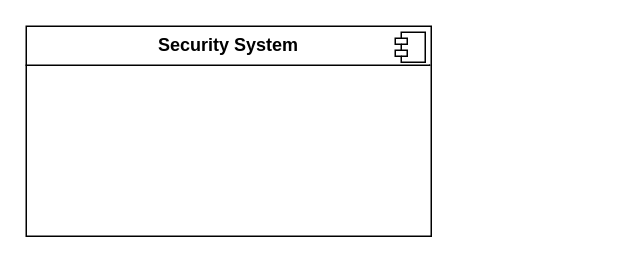
Earlier version of the draw.io diagram page "Page-2" (2 of 2) of workshop10_week11.drawio (antonykimuom/SWEN30006-2025-SM1-workshop1-tuew05-14-00-team-12). Source tidied: cells renumbered, new cells numbered last; positions are measured from the earlier drawing's top-left corner, leaving out a move shared by most shapes. Both pictures are drawn from the tidied source at 150%, with x=0, y=0 at pixel (26, 26).
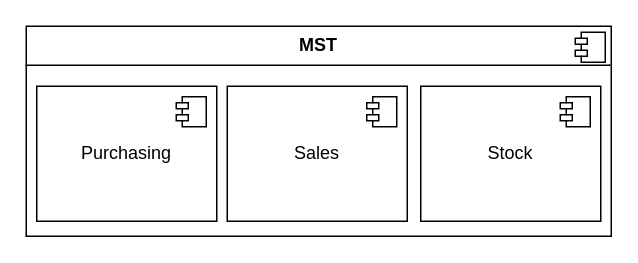
Above is the later version.

Commit message:
changed package. Added some elements into said package

Diff of the diagram source:
```diff
@@
 <mxGraphModel>
   <root>
     <mxCell id="0" />
     <mxCell id="1" parent="0" />
-    <mxCell id="2" value="&lt;p style=&quot;margin:0px;margin-top:6px;text-align:center;&quot;&gt;&lt;b&gt;Security System&lt;/b&gt;&lt;/p&gt;&lt;hr size=&quot;1&quot; style=&quot;border-style:solid;&quot;&gt;&lt;p style=&quot;margin:0px;margin-left:8px;&quot;&gt;&lt;br&gt;&lt;/p&gt;" style="align=left;overflow=fill;html=1;whiteSpace=wrap;" parent="1" vertex="1">
-      <mxGeometry width="270" height="140" as="geometry" />
+    <mxCell id="2" value="&lt;p style=&quot;margin:0px;margin-top:6px;text-align:center;&quot;&gt;&lt;b&gt;MST&lt;/b&gt;&lt;/p&gt;&lt;hr size=&quot;1&quot; style=&quot;border-style:solid;&quot;&gt;&lt;p style=&quot;margin:0px;margin-left:8px;&quot;&gt;&lt;br&gt;&lt;/p&gt;" style="align=left;overflow=fill;html=1;whiteSpace=wrap;" parent="1" vertex="1">
+      <mxGeometry width="390" height="140" as="geometry" />
     </mxCell>
     <mxCell id="3" style="shape=component;jettyWidth=8;jettyHeight=4;" parent="2" vertex="1">
       <mxGeometry x="1" width="20" height="20" relative="1" as="geometry">
         <mxPoint x="-24" y="4" as="offset" />
       </mxGeometry>
     </mxCell>
+    <mxCell id="4" value="Purchasing" style="html=1;whiteSpace=wrap;" parent="1" vertex="1">
+      <mxGeometry x="7" y="40" width="120" height="90" as="geometry" />
+    </mxCell>
+    <mxCell id="5" style="shape=module;jettyWidth=8;jettyHeight=4;" parent="4" vertex="1">
+      <mxGeometry x="1" width="20" height="20" relative="1" as="geometry">
+        <mxPoint x="-27" y="7" as="offset" />
+      </mxGeometry>
+    </mxCell>
+    <mxCell id="6" value="Sales" style="html=1;whiteSpace=wrap;" parent="1" vertex="1">
+      <mxGeometry x="134" y="40" width="120" height="90" as="geometry" />
+    </mxCell>
+    <mxCell id="7" style="shape=module;jettyWidth=8;jettyHeight=4;" parent="6" vertex="1">
+      <mxGeometry x="1" width="20" height="20" relative="1" as="geometry">
+        <mxPoint x="-27" y="7" as="offset" />
+      </mxGeometry>
+    </mxCell>
+    <mxCell id="8" value="Stock" style="html=1;whiteSpace=wrap;" parent="1" vertex="1">
+      <mxGeometry x="263" y="40" width="120" height="90" as="geometry" />
+    </mxCell>
+    <mxCell id="9" style="shape=module;jettyWidth=8;jettyHeight=4;" parent="8" vertex="1">
+      <mxGeometry x="1" width="20" height="20" relative="1" as="geometry">
+        <mxPoint x="-27" y="7" as="offset" />
+      </mxGeometry>
+    </mxCell>
   </root>
 </mxGraphModel>
```
